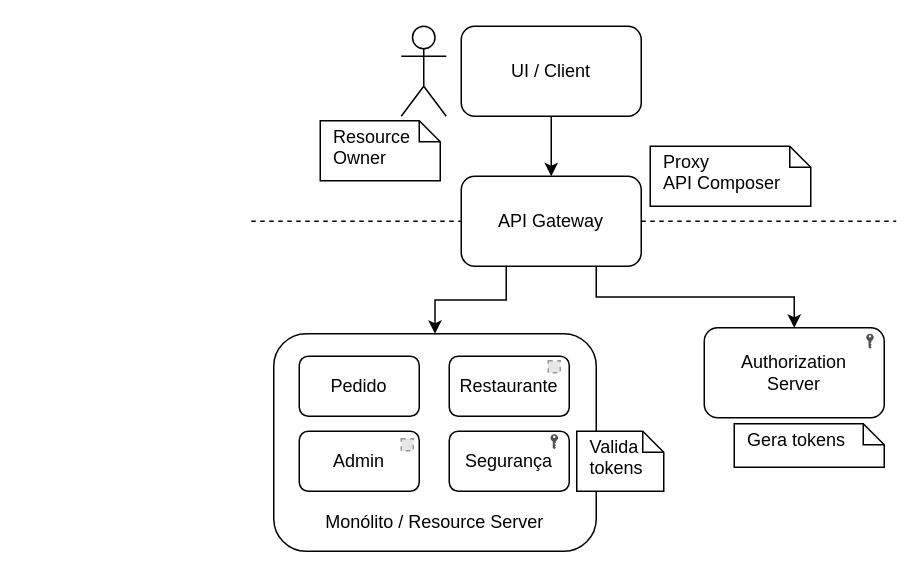
caelum/apostila-microservices-com-spring-cloud keeps this draw.io diagram as imagens/15-seguranca/roles-oauth-no-caelum-eats.drawio. Above is the earlier version. Source tidied: cells renumbered, new cells numbered last; positions are measured from the earlier drawing's top-left corner, leaving out a move shared by most shapes. Both pictures are drawn from the tidied source at 150%, with x=0, y=0 at pixel (250, 26). Pictures stored in the file or linked from it are replaced by grey dashed boxes.
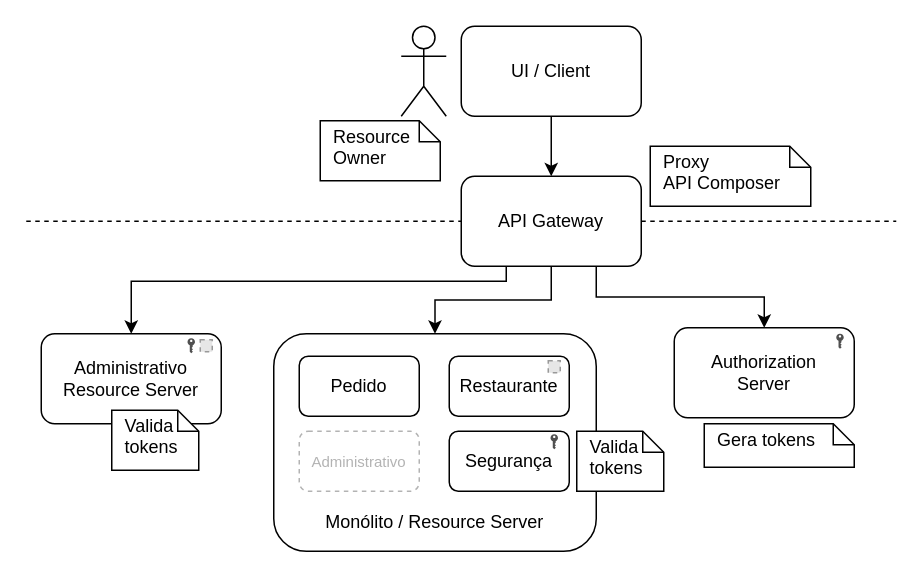
Above is the later version.

The change refers to these unchanged cells:
```xml
<mxCell id="8" value="API Gateway" style="rounded=1;whiteSpace=wrap;html=1;" parent="1" vertex="1">
  <mxGeometry x="140" y="100" width="120" height="60" as="geometry" />
</mxCell>
<mxCell id="15" value="Monólito / Resource Server" style="rounded=1;whiteSpace=wrap;html=1;verticalAlign=bottom;spacingBottom=10;" parent="14" vertex="1">
  <mxGeometry width="215" height="145" as="geometry" />
</mxCell>
<mxCell id="16" style="group;" parent="14" vertex="1">
  <mxGeometry x="17" y="15" width="180" height="90" as="geometry" />
</mxCell>
```

What changed in the source:
```diff
@@
     <mxCell id="2" value="Authorization&lt;br&gt;Server" style="rounded=1;whiteSpace=wrap;html=1;" parent="1" vertex="1">
-      <mxGeometry x="302" y="201" width="120" height="60" as="geometry" />
+      <mxGeometry x="282" y="201" width="120" height="60" as="geometry" />
     </mxCell>
@@
-    <mxCell id="7" style="edgeStyle=orthogonalEdgeStyle;rounded=0;jettySize=auto;html=1;exitX=0.25;exitY=1;exitDx=0;exitDy=0;" parent="1" edge="1" source="8" target="15">
+    <mxCell id="7" style="edgeStyle=orthogonalEdgeStyle;rounded=0;jettySize=auto;html=1;exitX=0.5;exitY=1;exitDx=0;exitDy=0;entryX=0.5;entryY=0;entryDx=0;entryDy=0;fontSize=10;fontColor=#B3B3B3;" parent="1" edge="1" source="8" target="15">
       <mxGeometry relative="1" as="geometry" />
     </mxCell>
+    <mxCell id="27" style="edgeStyle=orthogonalEdgeStyle;rounded=0;jettySize=auto;html=1;exitX=0.25;exitY=1;exitDx=0;exitDy=0;entryX=0.5;entryY=0;entryDx=0;entryDy=0;fontSize=10;fontColor=#B3B3B3;" parent="1" edge="1" source="8" target="28">
+      <mxGeometry relative="1" as="geometry">
+        <Array as="points">
+          <mxPoint x="170" y="170" />
+          <mxPoint x="-80" y="170" />
+        </Array>
+      </mxGeometry>
+    </mxCell>
@@
     <mxCell id="9" style="endArrow=none;dashed=1;html=1;entryX=0;entryY=0.5;entryDx=0;entryDy=0;" parent="1" edge="1" target="8">
       <mxGeometry relative="1" as="geometry">
-        <mxPoint y="130" as="sourcePoint" />
+        <mxPoint x="-150" y="130" as="sourcePoint" />
       </mxGeometry>
     </mxCell>
@@
     <mxCell id="13" style="shadow=0;dashed=0;html=1;strokeColor=none;fillColor=#505050;labelPosition=center;verticalLabelPosition=bottom;verticalAlign=top;align=center;shape=mxgraph.office.security.key_permissions;" parent="1" vertex="1">
-      <mxGeometry x="410" y="205" width="5" height="10" as="geometry" />
+      <mxGeometry x="390" y="205" width="5" height="10" as="geometry" />
     </mxCell>
@@
-    <mxCell id="19" value="Admin" style="rounded=1;whiteSpace=wrap;html=1;" parent="16" vertex="1">
+    <mxCell id="19" value="Administrativo" style="rounded=1;whiteSpace=wrap;html=1;strokeColor=#B3B3B3;dashed=1;fontSize=10;fontColor=#B3B3B3;" parent="16" vertex="1">
       <mxGeometry y="50" width="80" height="40" as="geometry" />
     </mxCell>
@@
     <mxCell id="24" value="Gera tokens" style="shape=note;whiteSpace=wrap;html=1;size=14;verticalAlign=top;align=left;spacingTop=-3;spacingLeft=7;" parent="1" vertex="1">
-      <mxGeometry x="322" y="265" width="100" height="29" as="geometry" />
+      <mxGeometry x="302" y="265" width="100" height="29" as="geometry" />
     </mxCell>
-    <mxCell id="25" style="fillColor=#E6E6E6;strokeColor=#999999;dashed=1;html=1;verticalAlign=top;verticalLabelPosition=bottom;labelBackgroundColor=#ffffff;align=left;" parent="1" vertex="1">
-      <mxGeometry x="100" y="275" width="8" height="8" as="geometry" />
-    </mxCell>
@@
+    <mxCell id="28" value="Administrativo&lt;br&gt;Resource Server" style="rounded=1;whiteSpace=wrap;html=1;" parent="1" vertex="1">
+      <mxGeometry x="-140" y="205" width="120" height="60" as="geometry" />
+    </mxCell>
+    <mxCell id="29" style="fillColor=#E6E6E6;strokeColor=#999999;dashed=1;html=1;verticalAlign=top;verticalLabelPosition=bottom;labelBackgroundColor=#ffffff;align=left;" parent="1" vertex="1">
+      <mxGeometry x="-34" y="209" width="8" height="8" as="geometry" />
+    </mxCell>
+    <mxCell id="30" style="shadow=0;dashed=0;html=1;strokeColor=none;fillColor=#505050;labelPosition=center;verticalLabelPosition=bottom;verticalAlign=top;align=center;shape=mxgraph.office.security.key_permissions;" parent="1" vertex="1">
+      <mxGeometry x="-42.5" y="208" width="5" height="10" as="geometry" />
+    </mxCell>
+    <mxCell id="31" value="Valida&lt;br&gt;tokens" style="shape=note;whiteSpace=wrap;html=1;size=14;verticalAlign=top;align=left;spacingTop=-3;spacingLeft=7;" parent="1" vertex="1">
+      <mxGeometry x="-93" y="256" width="58" height="40" as="geometry" />
+    </mxCell>
```
